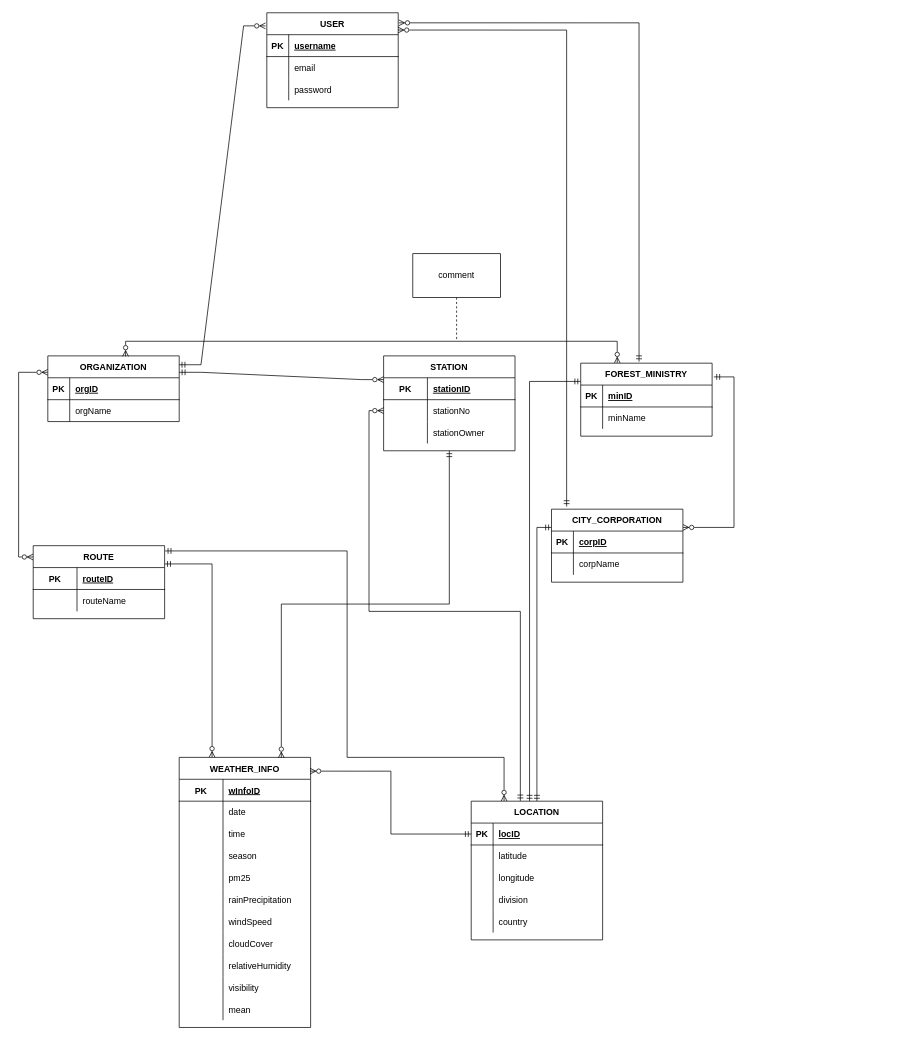
zorojuro75/CSE303-sec-03-Group-03 keeps this draw.io diagram as z-design/EERD.drawio. Above is the earlier version. Source tidied: cells renumbered, new cells numbered last; positions are measured from the earlier drawing's top-left corner, leaving out a move shared by most shapes. Both pictures are drawn from the tidied source at 73%, with x=0, y=0 at pixel (33, 12).
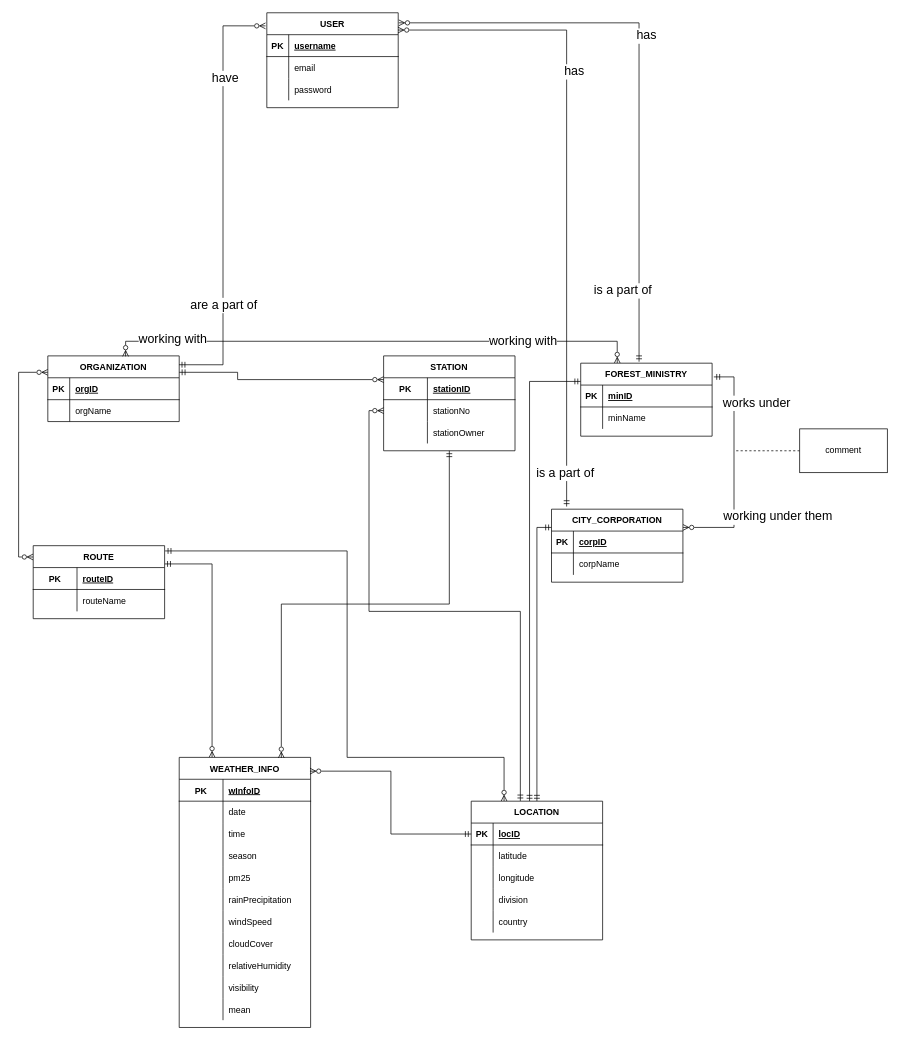
The same diagram, later.

Unchanged cells that the change refers to:
```xml
<mxCell id="2" value="USER" style="shape=table;startSize=30;childLayout=tableLayout;rowLines=0;fontStyle=1;align=center;" parent="1" vertex="1">
  <mxGeometry x="320" width="180" height="130" as="geometry" />
</mxCell>
<mxCell id="13" value="ORGANIZATION" style="shape=table;startSize=30;childLayout=tableLayout;rowLines=0;fontStyle=1;align=center;" parent="1" vertex="1">
  <mxGeometry x="20" y="470" width="180" height="90" as="geometry" />
</mxCell>
<mxCell id="21" style="edgeStyle=orthogonalEdgeStyle;rounded=0;jettySize=auto;html=1;entryX=1.004;entryY=0.106;entryDx=0;entryDy=0;entryPerimeter=0;startArrow=ERmandOne;startFill=0;endArrow=ERzeroToMany;endFill=0;exitX=0.444;exitY=-0.02;exitDx=0;exitDy=0;exitPerimeter=0;" parent="1" edge="1" source="23" target="2">
  <mxGeometry relative="1" as="geometry">
    <Array as="points">
      <mxPoint x="830" y="14" />
    </Array>
  </mxGeometry>
</mxCell>
<mxCell id="22" style="edgeStyle=orthogonalEdgeStyle;rounded=0;jettySize=auto;html=1;exitX=0.278;exitY=0;exitDx=0;exitDy=0;entryX=0.592;entryY=0.008;entryDx=0;entryDy=0;entryPerimeter=0;exitPerimeter=0;startArrow=ERzeroToMany;startFill=0;endArrow=ERzeroToMany;endFill=0;" parent="1" edge="1" source="23" target="13">
  <mxGeometry relative="1" as="geometry" />
</mxCell>
<mxCell id="38" value="STATION" style="shape=table;startSize=30;childLayout=tableLayout;rowLines=0;fontStyle=1;align=center;" parent="1" vertex="1">
  <mxGeometry x="480" y="470" width="180" height="130" as="geometry" />
</mxCell>
<mxCell id="48" style="edgeStyle=orthogonalEdgeStyle;rounded=0;jettySize=auto;html=1;exitX=1;exitY=0.25;exitDx=0;exitDy=0;entryX=1.013;entryY=0.188;entryDx=0;entryDy=0;entryPerimeter=0;startArrow=ERzeroToMany;startFill=0;endArrow=ERmandOne;endFill=0;" parent="1" edge="1" source="51" target="23">
  <mxGeometry relative="1" as="geometry">
    <Array as="points">
      <mxPoint x="960" y="705" />
      <mxPoint x="960" y="499" />
    </Array>
  </mxGeometry>
</mxCell>
```

The edit, as a diff of the source:
```diff
@@
+    <mxCell id="116" value="&lt;font style=&quot;font-size: 17px;&quot;&gt;has&lt;/font&gt;" style="edgeLabel;html=1;align=center;verticalAlign=middle;" parent="21" vertex="1">
+      <mxGeometry x="-0.12" y="3" relative="1" as="geometry">
+        <mxPoint x="13" y="-98" as="offset" />
+      </mxGeometry>
+    </mxCell>
+    <mxCell id="117" value="is a part of&amp;nbsp;" style="edgeLabel;html=1;align=center;verticalAlign=middle;fontSize=17;" parent="21" vertex="1">
+      <mxGeometry x="-0.21" y="1" relative="1" as="geometry">
+        <mxPoint x="-19" y="215" as="offset" />
+      </mxGeometry>
+    </mxCell>
@@
+    <mxCell id="118" value="working with" style="edgeLabel;html=1;align=center;verticalAlign=middle;fontSize=17;" parent="22" vertex="1">
+      <mxGeometry x="0.85" y="-3" relative="1" as="geometry">
+        <mxPoint x="30" as="offset" />
+      </mxGeometry>
+    </mxCell>
+    <mxCell id="119" value="working with" style="edgeLabel;html=1;align=center;verticalAlign=middle;fontSize=17;" parent="22" vertex="1">
+      <mxGeometry x="-0.85" y="-4" relative="1" as="geometry">
+        <mxPoint x="-106" y="4" as="offset" />
+      </mxGeometry>
+    </mxCell>
@@
+    <mxCell id="120" value="works under" style="edgeLabel;html=1;align=center;verticalAlign=middle;fontSize=17;" parent="48" vertex="1">
+      <mxGeometry x="0.61" y="-2" relative="1" as="geometry">
+        <mxPoint x="28" y="4" as="offset" />
+      </mxGeometry>
+    </mxCell>
+    <mxCell id="121" value="working under them" style="edgeLabel;html=1;align=center;verticalAlign=middle;fontSize=17;" parent="48" vertex="1">
+      <mxGeometry x="-0.64" y="3" relative="1" as="geometry">
+        <mxPoint x="74" y="-12" as="offset" />
+      </mxGeometry>
+    </mxCell>
@@
-    <mxCell id="109" style="edgeStyle=entityRelationEdgeStyle;fontSize=12;html=1;endArrow=ERzeroToMany;rounded=0;entryX=-0.01;entryY=0.138;entryDx=0;entryDy=0;entryPerimeter=0;endFill=0;startArrow=ERmandOne;startFill=0;exitX=0.999;exitY=0.135;exitDx=0;exitDy=0;exitPerimeter=0;" parent="1" edge="1" source="13" target="2">
-      <mxGeometry relative="1" as="geometry" />
+    <mxCell id="109" style="edgeStyle=orthogonalEdgeStyle;fontSize=12;html=1;endArrow=ERzeroToMany;rounded=0;entryX=-0.01;entryY=0.138;entryDx=0;entryDy=0;entryPerimeter=0;endFill=0;startArrow=ERmandOne;startFill=0;exitX=0.999;exitY=0.135;exitDx=0;exitDy=0;exitPerimeter=0;" parent="1" edge="1" source="13" target="2">
+      <mxGeometry relative="1" as="geometry">
+        <Array as="points">
+          <mxPoint x="260" y="482" />
+          <mxPoint x="260" y="18" />
+        </Array>
+      </mxGeometry>
     </mxCell>
+    <mxCell id="122" value="are a part of" style="edgeLabel;html=1;align=center;verticalAlign=middle;fontSize=17;" parent="109" vertex="1">
+      <mxGeometry x="0.41" y="4" relative="1" as="geometry">
+        <mxPoint x="4" y="269" as="offset" />
+      </mxGeometry>
+    </mxCell>
+    <mxCell id="123" value="have" style="edgeLabel;html=1;align=center;verticalAlign=middle;fontSize=17;" parent="109" vertex="1">
+      <mxGeometry x="0.56" y="-2" relative="1" as="geometry">
+        <mxPoint y="1" as="offset" />
+      </mxGeometry>
+    </mxCell>
-    <mxCell id="110" style="edgeStyle=entityRelationEdgeStyle;fontSize=12;html=1;endArrow=ERzeroToMany;rounded=0;exitX=1;exitY=0.25;exitDx=0;exitDy=0;endFill=0;startArrow=ERmandOne;startFill=0;entryX=0;entryY=0.25;entryDx=0;entryDy=0;" parent="1" edge="1" source="13" target="38">
-      <mxGeometry relative="1" as="geometry" />
+    <mxCell id="110" style="edgeStyle=orthogonalEdgeStyle;fontSize=12;html=1;endArrow=ERzeroToMany;rounded=0;exitX=1;exitY=0.25;exitDx=0;exitDy=0;endFill=0;startArrow=ERmandOne;startFill=0;entryX=0;entryY=0.25;entryDx=0;entryDy=0;" parent="1" edge="1" source="13" target="38">
+      <mxGeometry relative="1" as="geometry">
+        <Array as="points">
+          <mxPoint x="280" y="493" />
+          <mxPoint x="280" y="503" />
+        </Array>
+      </mxGeometry>
     </mxCell>
@@
-    <mxCell id="112" style="edgeStyle=orthogonalEdgeStyle;rounded=0;jettySize=auto;html=1;exitX=0.5;exitY=1;exitDx=0;exitDy=0;startArrow=none;startFill=0;endArrow=none;endFill=0;dashed=1;" parent="1" edge="1" source="113">
-      <mxGeometry relative="1" as="geometry">
-        <mxPoint x="580" y="450" as="targetPoint" />
-        <Array as="points">
-          <mxPoint x="580" y="440" />
-          <mxPoint x="580" y="440" />
-        </Array>
-      </mxGeometry>
-    </mxCell>
+    <mxCell id="124" style="edgeStyle=orthogonalEdgeStyle;rounded=0;jettySize=auto;html=1;fontSize=17;dashed=1;endArrow=none;endFill=0;" parent="1" edge="1" source="113">
+      <mxGeometry relative="1" as="geometry">
+        <mxPoint x="960" y="600" as="targetPoint" />
+      </mxGeometry>
+    </mxCell>
     <mxCell id="113" value="comment" style="rounded=0;whiteSpace=wrap;html=1;" parent="1" vertex="1">
-      <mxGeometry x="520" y="330" width="120" height="60" as="geometry" />
+      <mxGeometry x="1050" y="570" width="120" height="60" as="geometry" />
     </mxCell>
@@
+    <mxCell id="125" value="is a part of&amp;nbsp;" style="edgeLabel;html=1;align=center;verticalAlign=middle;fontSize=17;" parent="1" vertex="1">
+      <mxGeometry x="730" y="630" as="geometry" />
+    </mxCell>
+    <mxCell id="126" value="&lt;font style=&quot;font-size: 17px;&quot;&gt;has&lt;/font&gt;" style="edgeLabel;html=1;align=center;verticalAlign=middle;" parent="1" vertex="1">
+      <mxGeometry x="740" y="80" as="geometry" />
+    </mxCell>
```
